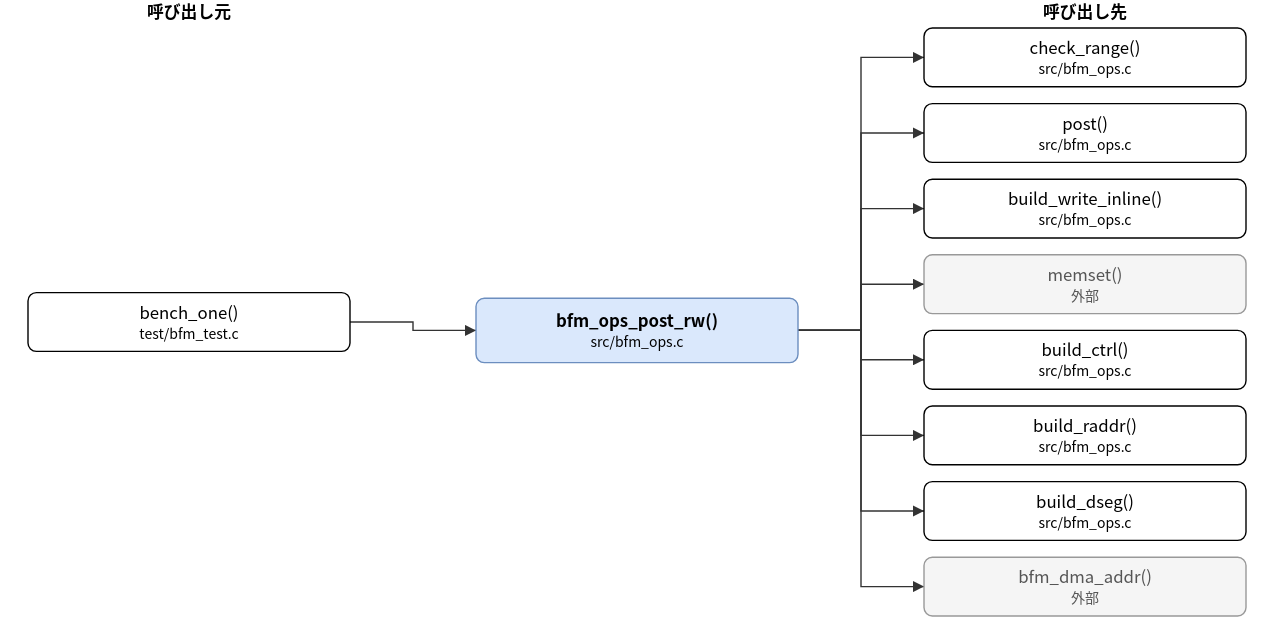
Above: doc/spec/images/call_src_bfm_ops-bfm_ops_post_rw.drawio.svg in hf355051012-ai/bfmem (draw.io), before the change. Source tidied: cells renumbered, new cells last; positions are measured from the earlier drawing's top-left corner, leaving out a move shared by most shapes.
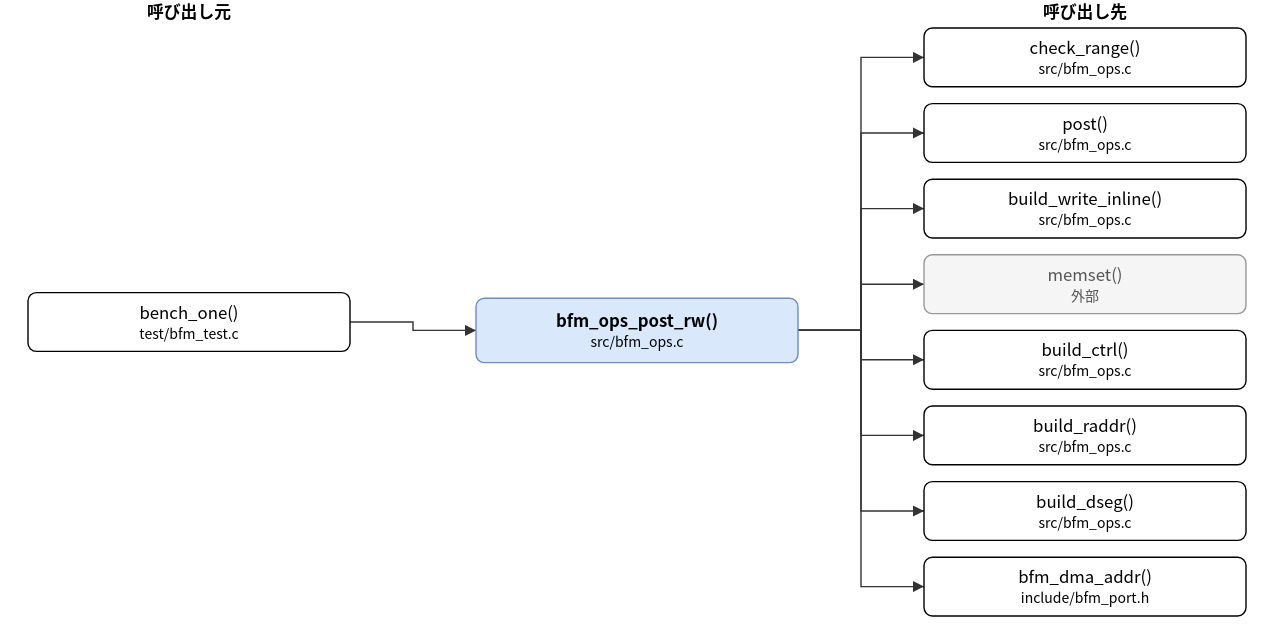
The same diagram one commit later.

The edit, as a diff of the source:
```diff
@@ -29,7 +29,7 @@
     <mxCell id="10" value="build_dseg()&lt;br&gt;&lt;font style=&quot;font-size:10px&quot;&gt;src/bfm_ops.c&lt;/font&gt;" style="rounded=1;whiteSpace=wrap;html=1;" parent="1" vertex="1">
       <mxGeometry x="640" y="344" width="230" height="42" as="geometry" />
     </mxCell>
-    <mxCell id="11" value="bfm_dma_addr()&lt;br&gt;&lt;font style=&quot;font-size:10px&quot;&gt;外部&lt;/font&gt;" style="rounded=1;whiteSpace=wrap;html=1;fillColor=#f5f5f5;strokeColor=#999999;fontColor=#555555;" parent="1" vertex="1">
+    <mxCell id="11" value="bfm_dma_addr()&lt;br&gt;&lt;font style=&quot;font-size:10px&quot;&gt;include/bfm_port.h&lt;/font&gt;" style="rounded=1;whiteSpace=wrap;html=1;" parent="1" vertex="1">
       <mxGeometry x="640" y="398" width="230" height="42" as="geometry" />
     </mxCell>
     <mxCell id="12" style="edgeStyle=none;html=1;rounded=0;endArrow=block;endFill=1;exitX=1.0000;exitY=0.5000;exitDx=0;exitDy=0;exitPerimeter=0;entryX=0.0000;entryY=0.5000;entryDx=0;entryDy=0;entryPerimeter=0;" parent="1" edge="1" source="3" target="2">
```
